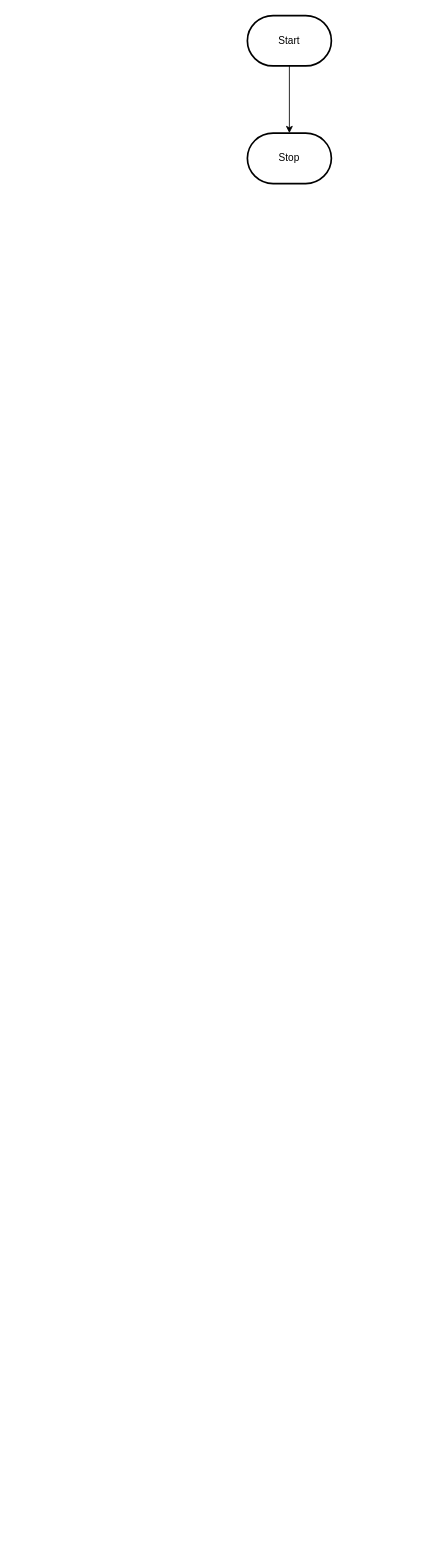
MTHS-TEJ2O-1-2023/TEJ2O-Unit-2-10-Ernest-Choy keeps this draw.io diagram as design/flowchart.drawio. Above is the earlier version. Source tidied: cells renumbered, new cells numbered last; positions are measured from the earlier drawing's top-left corner, leaving out a move shared by most shapes. Both pictures are drawn from the tidied source at 84%, with x=0, y=0 at pixel (247, 15).
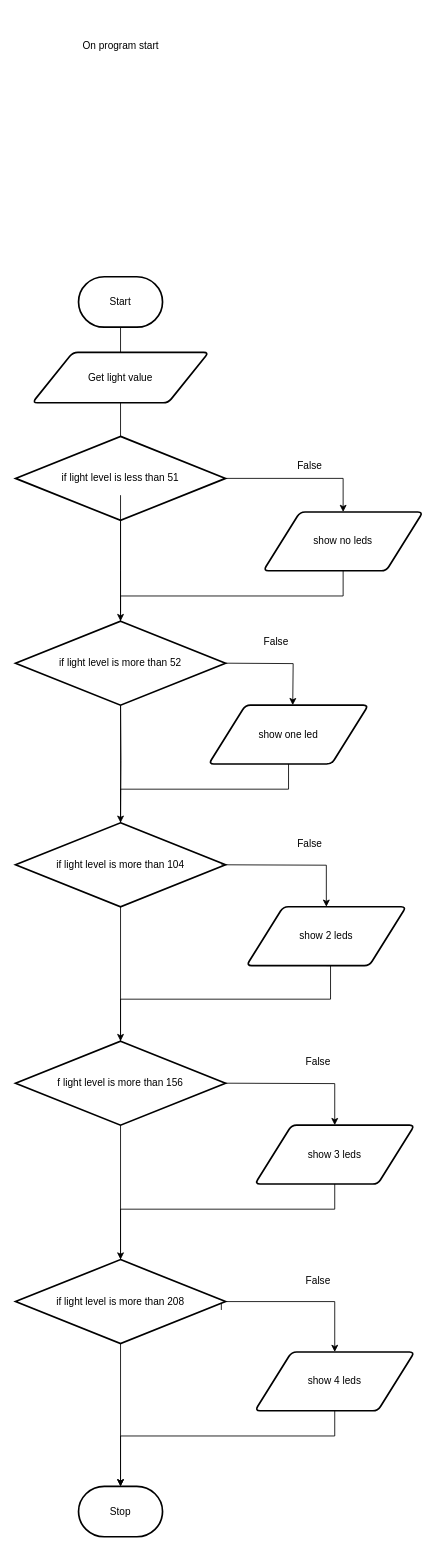
The same diagram, later.

What changed in the source:
```diff
@@
-    <mxCell id="2" style="edgeStyle=orthogonalEdgeStyle;html=1;rounded=0;" parent="1" edge="1" source="3" target="4">
-      <mxGeometry relative="1" as="geometry" />
-    </mxCell>
+    <mxCell id="5" style="edgeStyle=orthogonalEdgeStyle;html=1;rounded=0;startArrow=none;" parent="1" edge="1" source="30" target="4">
+      <mxGeometry relative="1" as="geometry" />
+    </mxCell>
     <mxCell id="3" value="Start" style="strokeWidth=2;html=1;shape=mxgraph.flowchart.terminator;whiteSpace=wrap;" parent="1" vertex="1">
-      <mxGeometry width="100" height="60" as="geometry" />
+      <mxGeometry x="-201" y="311" width="100" height="60" as="geometry" />
     </mxCell>
     <mxCell id="4" value="Stop" style="strokeWidth=2;html=1;shape=mxgraph.flowchart.terminator;whiteSpace=wrap;" parent="1" vertex="1">
-      <mxGeometry y="140" width="100" height="60" as="geometry" />
+      <mxGeometry x="-201" y="1751" width="100" height="60" as="geometry" />
     </mxCell>
+    <mxCell id="6" style="edgeStyle=orthogonalEdgeStyle;html=1;rounded=0;endArrow=none;startArrow=none;" parent="1" edge="1" source="10" target="8">
+      <mxGeometry relative="1" as="geometry" />
+    </mxCell>
+    <mxCell id="7" style="edgeStyle=orthogonalEdgeStyle;html=1;exitX=1;exitY=0.5;exitDx=0;exitDy=0;exitPerimeter=0;entryX=0.5;entryY=0;entryDx=0;entryDy=0;rounded=0;" parent="1" edge="1" source="8" target="15">
+      <mxGeometry relative="1" as="geometry" />
+    </mxCell>
+    <mxCell id="8" value="if light level is less than 51" style="strokeWidth=2;html=1;shape=mxgraph.flowchart.decision;whiteSpace=wrap;" parent="1" vertex="1">
+      <mxGeometry x="-276" y="501" width="250" height="100" as="geometry" />
+    </mxCell>
+    <mxCell id="9" style="edgeStyle=orthogonalEdgeStyle;html=1;rounded=0;endArrow=none;" parent="1" edge="1" source="3" target="10">
+      <mxGeometry relative="1" as="geometry" />
+    </mxCell>
+    <mxCell id="10" value="Get light value" style="shape=parallelogram;html=1;strokeWidth=2;perimeter=parallelogramPerimeter;whiteSpace=wrap;rounded=1;arcSize=12;size=0.23;" parent="1" vertex="1">
+      <mxGeometry x="-256" y="401" width="210" height="60" as="geometry" />
+    </mxCell>
+    <mxCell id="11" style="edgeStyle=orthogonalEdgeStyle;rounded=0;html=1;exitX=1;exitY=0.5;exitDx=0;exitDy=0;exitPerimeter=0;entryX=0.5;entryY=0;entryDx=0;entryDy=0;" parent="1" edge="1">
+      <mxGeometry relative="1" as="geometry">
+        <mxPoint x="-26" y="771" as="sourcePoint" />
+        <mxPoint x="54" y="821" as="targetPoint" />
+      </mxGeometry>
+    </mxCell>
+    <mxCell id="12" value="False" style="text;html=1;align=center;verticalAlign=middle;strokeColor=none;fillColor=none;" parent="1" vertex="1">
+      <mxGeometry x="49" y="521" width="50" height="30" as="geometry" />
+    </mxCell>
+    <mxCell id="13" style="edgeStyle=orthogonalEdgeStyle;html=1;rounded=0;startArrow=none;endArrow=none;" parent="1" edge="1" source="8">
+      <mxGeometry relative="1" as="geometry">
+        <mxPoint x="-151" y="721" as="targetPoint" />
+      </mxGeometry>
+    </mxCell>
+    <mxCell id="14" style="edgeStyle=orthogonalEdgeStyle;html=1;rounded=0;startArrow=none;endArrow=none;" parent="1" edge="1">
+      <mxGeometry relative="1" as="geometry">
+        <mxPoint x="-151" y="571" as="sourcePoint" />
+        <mxPoint x="-151" y="711" as="targetPoint" />
+      </mxGeometry>
+    </mxCell>
+    <mxCell id="15" value="show no leds" style="shape=parallelogram;html=1;strokeWidth=2;perimeter=parallelogramPerimeter;whiteSpace=wrap;rounded=1;arcSize=12;size=0.23;" parent="1" vertex="1">
+      <mxGeometry x="19" y="591" width="190" height="70" as="geometry" />
+    </mxCell>
+    <mxCell id="16" style="edgeStyle=orthogonalEdgeStyle;rounded=0;html=1;exitX=0.5;exitY=1;exitDx=0;exitDy=0;entryX=0.5;entryY=0;entryDx=0;entryDy=0;entryPerimeter=0;" parent="1" edge="1" source="15">
+      <mxGeometry relative="1" as="geometry">
+        <mxPoint x="-151" y="721" as="targetPoint" />
+        <Array as="points">
+          <mxPoint x="114" y="691" />
+          <mxPoint x="-151" y="691" />
+        </Array>
+      </mxGeometry>
+    </mxCell>
+    <mxCell id="17" value="On program start" style="text;html=1;align=center;verticalAlign=middle;strokeColor=none;fillColor=none;" parent="1" vertex="1">
+      <mxGeometry x="-206" y="21" width="110" height="30" as="geometry" />
+    </mxCell>
+    <mxCell id="18" style="edgeStyle=orthogonalEdgeStyle;html=1;rounded=0;startArrow=none;endArrow=none;" parent="1" edge="1" target="19">
+      <mxGeometry relative="1" as="geometry">
+        <mxPoint x="-151" y="811" as="sourcePoint" />
+      </mxGeometry>
+    </mxCell>
+    <mxCell id="19" value="if light level is more than 104" style="strokeWidth=2;html=1;shape=mxgraph.flowchart.decision;whiteSpace=wrap;" parent="1" vertex="1">
+      <mxGeometry x="-276" y="961" width="250" height="100" as="geometry" />
+    </mxCell>
+    <mxCell id="20" value="show 2 leds" style="shape=parallelogram;html=1;strokeWidth=2;perimeter=parallelogramPerimeter;whiteSpace=wrap;rounded=1;arcSize=12;size=0.23;" parent="1" vertex="1">
+      <mxGeometry x="-1" y="1061" width="190" height="70" as="geometry" />
+    </mxCell>
+    <mxCell id="21" style="edgeStyle=orthogonalEdgeStyle;rounded=0;html=1;exitX=1;exitY=0.5;exitDx=0;exitDy=0;exitPerimeter=0;entryX=0.5;entryY=0;entryDx=0;entryDy=0;" parent="1" edge="1" target="20">
+      <mxGeometry relative="1" as="geometry">
+        <mxPoint x="-31" y="1011" as="sourcePoint" />
+      </mxGeometry>
+    </mxCell>
+    <mxCell id="22" style="edgeStyle=orthogonalEdgeStyle;rounded=0;html=1;exitX=0.5;exitY=1;exitDx=0;exitDy=0;entryX=0.5;entryY=0;entryDx=0;entryDy=0;entryPerimeter=0;" parent="1" edge="1" source="20" target="31">
+      <mxGeometry relative="1" as="geometry">
+        <Array as="points">
+          <mxPoint x="99" y="1131" />
+          <mxPoint x="99" y="1171" />
+          <mxPoint x="-151" y="1171" />
+        </Array>
+      </mxGeometry>
+    </mxCell>
+    <mxCell id="23" value="show 3 leds" style="shape=parallelogram;html=1;strokeWidth=2;perimeter=parallelogramPerimeter;whiteSpace=wrap;rounded=1;arcSize=12;size=0.23;" parent="1" vertex="1">
+      <mxGeometry x="9" y="1321" width="190" height="70" as="geometry" />
+    </mxCell>
+    <mxCell id="24" style="edgeStyle=orthogonalEdgeStyle;rounded=0;html=1;exitX=1;exitY=0.5;exitDx=0;exitDy=0;exitPerimeter=0;entryX=0.5;entryY=0;entryDx=0;entryDy=0;" parent="1" edge="1" target="23">
+      <mxGeometry relative="1" as="geometry">
+        <mxPoint x="-31" y="1271" as="sourcePoint" />
+      </mxGeometry>
+    </mxCell>
+    <mxCell id="25" style="edgeStyle=orthogonalEdgeStyle;rounded=0;html=1;exitX=0.5;exitY=1;exitDx=0;exitDy=0;" parent="1" edge="1" source="23">
+      <mxGeometry relative="1" as="geometry">
+        <mxPoint x="-151" y="1481" as="targetPoint" />
+        <Array as="points">
+          <mxPoint x="104" y="1421" />
+          <mxPoint x="-151" y="1421" />
+        </Array>
+      </mxGeometry>
+    </mxCell>
+    <mxCell id="26" value="show 4 leds" style="shape=parallelogram;html=1;strokeWidth=2;perimeter=parallelogramPerimeter;whiteSpace=wrap;rounded=1;arcSize=12;size=0.23;" parent="1" vertex="1">
+      <mxGeometry x="9" y="1591" width="190" height="70" as="geometry" />
+    </mxCell>
+    <mxCell id="27" style="edgeStyle=orthogonalEdgeStyle;rounded=0;html=1;exitX=1;exitY=0.5;exitDx=0;exitDy=0;exitPerimeter=0;entryX=0.5;entryY=0;entryDx=0;entryDy=0;" parent="1" edge="1" target="26">
+      <mxGeometry relative="1" as="geometry">
+        <mxPoint x="-31" y="1541" as="sourcePoint" />
+        <Array as="points">
+          <mxPoint x="-31" y="1531" />
+          <mxPoint x="104" y="1531" />
+        </Array>
+      </mxGeometry>
+    </mxCell>
+    <mxCell id="28" style="edgeStyle=orthogonalEdgeStyle;rounded=0;html=1;exitX=0.5;exitY=1;exitDx=0;exitDy=0;" parent="1" edge="1" source="26">
+      <mxGeometry relative="1" as="geometry">
+        <mxPoint x="-151" y="1751" as="targetPoint" />
+        <Array as="points">
+          <mxPoint x="104" y="1691" />
+          <mxPoint x="-151" y="1691" />
+        </Array>
+      </mxGeometry>
+    </mxCell>
+    <mxCell id="29" style="edgeStyle=orthogonalEdgeStyle;html=1;rounded=0;startArrow=none;endArrow=none;" parent="1" edge="1" source="19" target="30">
+      <mxGeometry relative="1" as="geometry" />
+    </mxCell>
+    <mxCell id="30" value="if light level is more than 208" style="strokeWidth=2;html=1;shape=mxgraph.flowchart.decision;whiteSpace=wrap;" parent="1" vertex="1">
+      <mxGeometry x="-276" y="1481" width="250" height="100" as="geometry" />
+    </mxCell>
+    <mxCell id="31" value="f light level is more than 156" style="strokeWidth=2;html=1;shape=mxgraph.flowchart.decision;whiteSpace=wrap;" parent="1" vertex="1">
+      <mxGeometry x="-276" y="1221" width="250" height="100" as="geometry" />
+    </mxCell>
+    <mxCell id="32" value="False" style="text;html=1;align=center;verticalAlign=middle;strokeColor=none;fillColor=none;" parent="1" vertex="1">
+      <mxGeometry x="9" y="731" width="50" height="30" as="geometry" />
+    </mxCell>
+    <mxCell id="33" value="False" style="text;html=1;align=center;verticalAlign=middle;strokeColor=none;fillColor=none;" parent="1" vertex="1">
+      <mxGeometry x="49" y="971" width="50" height="30" as="geometry" />
+    </mxCell>
+    <mxCell id="34" value="False" style="text;html=1;align=center;verticalAlign=middle;strokeColor=none;fillColor=none;" parent="1" vertex="1">
+      <mxGeometry x="59" y="1491" width="50" height="30" as="geometry" />
+    </mxCell>
+    <mxCell id="35" value="False" style="text;html=1;align=center;verticalAlign=middle;strokeColor=none;fillColor=none;" parent="1" vertex="1">
+      <mxGeometry x="59" y="1231" width="50" height="30" as="geometry" />
+    </mxCell>
+    <mxCell id="36" value="show one led" style="shape=parallelogram;html=1;strokeWidth=2;perimeter=parallelogramPerimeter;whiteSpace=wrap;rounded=1;arcSize=12;size=0.23;" parent="1" vertex="1">
+      <mxGeometry x="-46" y="821" width="190" height="70" as="geometry" />
+    </mxCell>
+    <mxCell id="37" style="edgeStyle=orthogonalEdgeStyle;rounded=0;html=1;exitX=0.5;exitY=1;exitDx=0;exitDy=0;entryX=0.5;entryY=0;entryDx=0;entryDy=0;entryPerimeter=0;" parent="1" edge="1" source="36">
+      <mxGeometry relative="1" as="geometry">
+        <mxPoint x="-151" y="961" as="targetPoint" />
+        <Array as="points">
+          <mxPoint x="49" y="921" />
+          <mxPoint x="-151" y="921" />
+        </Array>
+      </mxGeometry>
+    </mxCell>
+    <mxCell id="38" style="edgeStyle=orthogonalEdgeStyle;html=1;rounded=0;startArrow=none;endArrow=none;" parent="1" edge="1" source="39">
+      <mxGeometry relative="1" as="geometry">
+        <mxPoint x="-151" y="961" as="targetPoint" />
+      </mxGeometry>
+    </mxCell>
+    <mxCell id="39" value="if light level is more than 52" style="strokeWidth=2;html=1;shape=mxgraph.flowchart.decision;whiteSpace=wrap;" parent="1" vertex="1">
+      <mxGeometry x="-276" y="721" width="250" height="100" as="geometry" />
+    </mxCell>
```
